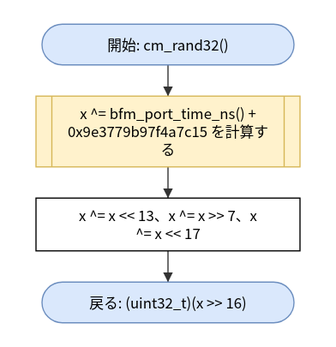
This is doc/spec/images/flow_src_bfm_cm__cm_rand32.drawio.svg from hf355051012-ai/bfmem, a draw.io export, as it was before one commit. Source tidied: cells renumbered, new cells last; positions are measured from the earlier drawing's top-left corner, leaving out a move shared by most shapes. Source of this version:
```xml
<mxGraphModel>
  <root>
    <mxCell id="0" />
    <mxCell id="1" parent="0" />
    <mxCell id="2" value="開始: cm_rand32()" style="rounded=1;arcSize=50;whiteSpace=wrap;html=1;fillColor=#dae8fc;strokeColor=#6c8ebf;" parent="1" vertex="1">
      <mxGeometry x="5" width="210" height="34" as="geometry" />
    </mxCell>
    <mxCell id="3" value="x ^= bfm_port_time_ns() +&lt;br&gt;0x9e3779b97f4a7c15 を計算す&lt;br&gt;る" style="shape=process;whiteSpace=wrap;html=1;backgroundOutline=1;size=0.06;fillColor=#fff2cc;strokeColor=#d6b656;" parent="1" vertex="1">
      <mxGeometry y="60" width="220" height="59" as="geometry" />
    </mxCell>
    <mxCell id="4" value="x ^= x &amp;lt;&amp;lt; 13、x ^= x &amp;gt;&amp;gt; 7、x&lt;br&gt;^= x &amp;lt;&amp;lt; 17" style="rounded=0;whiteSpace=wrap;html=1;" parent="1" vertex="1">
      <mxGeometry y="145" width="220" height="44" as="geometry" />
    </mxCell>
    <mxCell id="5" value="戻る: (uint32_t)(x &amp;gt;&amp;gt; 16)" style="rounded=1;arcSize=50;whiteSpace=wrap;html=1;fillColor=#dae8fc;strokeColor=#6c8ebf;" parent="1" vertex="1">
      <mxGeometry x="5" y="215" width="210" height="34" as="geometry" />
    </mxCell>
    <mxCell id="6" style="edgeStyle=none;html=1;rounded=0;endArrow=block;endFill=1;exitX=0.5000;exitY=1.0000;exitDx=0;exitDy=0;exitPerimeter=0;entryX=0.5000;entryY=0.0000;entryDx=0;entryDy=0;entryPerimeter=0;" parent="1" edge="1" source="2" target="3">
      <mxGeometry relative="1" as="geometry" />
    </mxCell>
    <mxCell id="7" style="edgeStyle=none;html=1;rounded=0;endArrow=block;endFill=1;exitX=0.5000;exitY=1.0000;exitDx=0;exitDy=0;exitPerimeter=0;entryX=0.5000;entryY=0.0000;entryDx=0;entryDy=0;entryPerimeter=0;" parent="1" edge="1" source="3" target="4">
      <mxGeometry relative="1" as="geometry" />
    </mxCell>
    <mxCell id="8" style="edgeStyle=none;html=1;rounded=0;endArrow=block;endFill=1;exitX=0.5000;exitY=1.0000;exitDx=0;exitDy=0;exitPerimeter=0;entryX=0.5000;entryY=0.0000;entryDx=0;entryDy=0;entryPerimeter=0;" parent="1" edge="1" source="4" target="5">
      <mxGeometry relative="1" as="geometry" />
    </mxCell>
  </root>
</mxGraphModel>
```
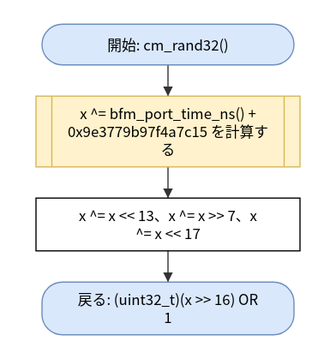
The same file after the commit.

Diff of the diagram source:
```diff
@@ -11,8 +11,8 @@
     <mxCell id="4" value="x ^= x &amp;lt;&amp;lt; 13、x ^= x &amp;gt;&amp;gt; 7、x&lt;br&gt;^= x &amp;lt;&amp;lt; 17" style="rounded=0;whiteSpace=wrap;html=1;" parent="1" vertex="1">
       <mxGeometry y="145" width="220" height="44" as="geometry" />
     </mxCell>
-    <mxCell id="5" value="戻る: (uint32_t)(x &amp;gt;&amp;gt; 16)" style="rounded=1;arcSize=50;whiteSpace=wrap;html=1;fillColor=#dae8fc;strokeColor=#6c8ebf;" parent="1" vertex="1">
-      <mxGeometry x="5" y="215" width="210" height="34" as="geometry" />
+    <mxCell id="5" value="戻る: (uint32_t)(x &amp;gt;&amp;gt; 16) OR&lt;br&gt;1" style="rounded=1;arcSize=50;whiteSpace=wrap;html=1;fillColor=#dae8fc;strokeColor=#6c8ebf;" parent="1" vertex="1">
+      <mxGeometry x="5" y="215" width="210" height="44" as="geometry" />
     </mxCell>
     <mxCell id="6" style="edgeStyle=none;html=1;rounded=0;endArrow=block;endFill=1;exitX=0.5000;exitY=1.0000;exitDx=0;exitDy=0;exitPerimeter=0;entryX=0.5000;entryY=0.0000;entryDx=0;entryDy=0;entryPerimeter=0;" parent="1" edge="1" source="2" target="3">
       <mxGeometry relative="1" as="geometry" />
```
